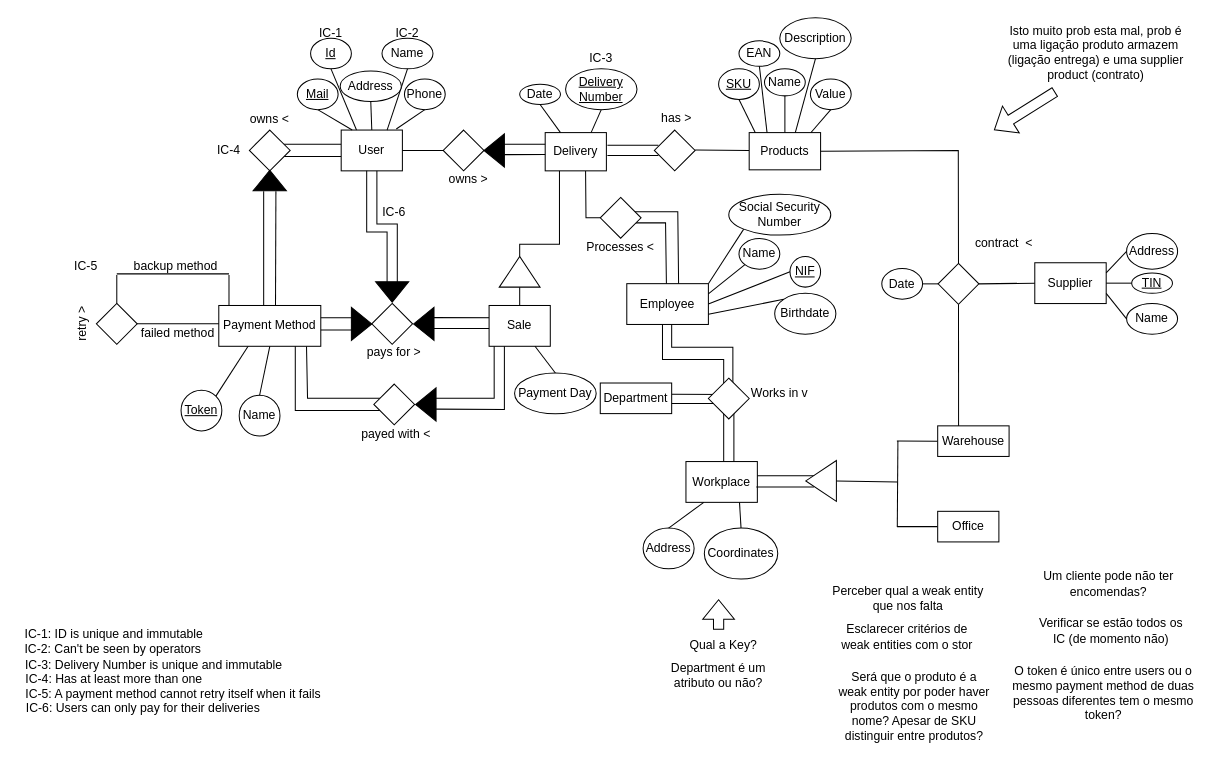
Before: Entrega 1/Entrega 1.drawio in Axiself/Proj-BD-22-23, a draw.io diagram. Source tidied: cells renumbered, new cells numbered last; positions are measured from the earlier drawing's top-left corner, leaving out a move shared by most shapes. Both pictures are drawn from the tidied source at 102%, with x=0, y=0 at pixel (17, 17).
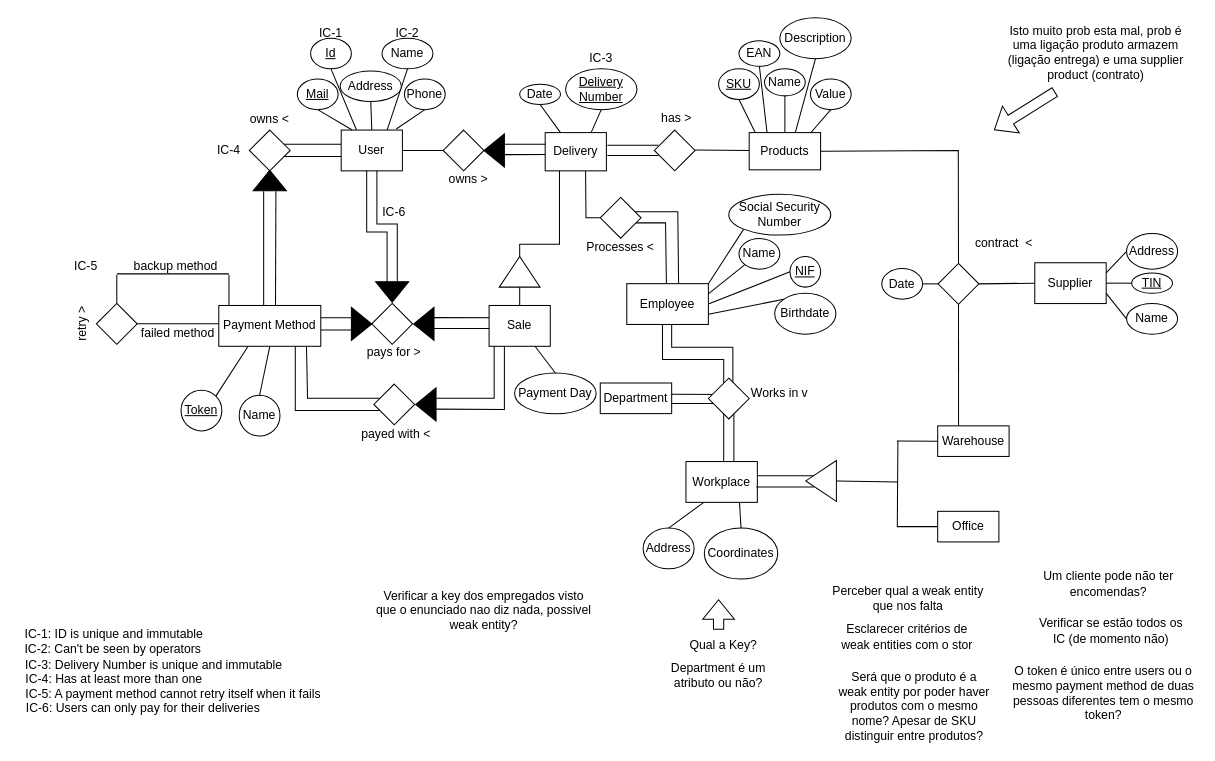
The same page after the edit.

What changed in the source:
```diff
@@
+    <mxCell id="158" value="Verificar a key dos empregados visto que o enunciado nao diz nada, possivel weak entity?" style="text;html=1;strokeColor=none;fillColor=none;align=center;verticalAlign=middle;whiteSpace=wrap;rounded=0;" parent="1" vertex="1">
+      <mxGeometry x="347" y="558" width="220" height="46" as="geometry" />
+    </mxCell>
```
